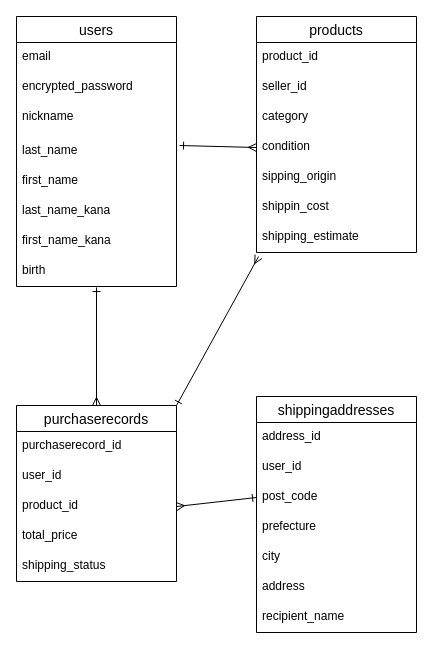
Before: furima.dio in u-maki/furima-41584, a draw.io diagram. Source tidied: cells renumbered, new cells numbered last; positions are measured from the earlier drawing's top-left corner, leaving out a move shared by most shapes. Both pictures are drawn from the tidied source at 100%, with x=0, y=0 at pixel (16, 16).
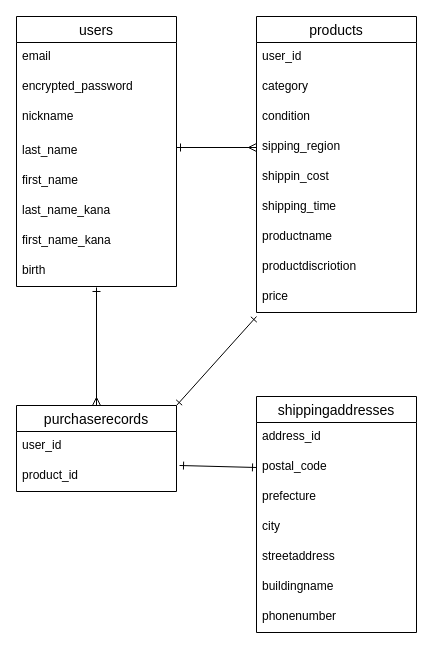
Above is the later version.

The change refers to these unchanged cells:
```xml
<mxCell id="6" value="last_name" style="text;strokeColor=none;fillColor=none;spacingLeft=4;spacingRight=4;overflow=hidden;points=[[0,0.5],[1,0.5]];portConstraint=eastwest;fontSize=12;" parent="2" vertex="1">
  <mxGeometry y="120" width="160" height="30" as="geometry" />
</mxCell>
<mxCell id="27" value="shippingaddresses" style="swimlane;fontStyle=0;horizontal=1;startSize=26;align=center;fontSize=14;" parent="1" vertex="1">
  <mxGeometry x="240" y="380" width="160" height="236" as="geometry" />
</mxCell>
```

Diff of the diagram source:
```diff
@@
     <mxCell id="11" value="products" style="swimlane;fontStyle=0;horizontal=1;startSize=26;align=center;fontSize=14;" parent="1" vertex="1">
-      <mxGeometry x="240" width="160" height="236" as="geometry" />
+      <mxGeometry x="240" width="160" height="296" as="geometry" />
     </mxCell>
-    <mxCell id="12" value="product_id" style="text;strokeColor=none;fillColor=none;spacingLeft=4;spacingRight=4;overflow=hidden;fontSize=12;" parent="11" vertex="1">
-      <mxGeometry y="26" width="160" height="30" as="geometry" />
-    </mxCell>
-    <mxCell id="13" value="seller_id" style="text;strokeColor=none;fillColor=none;spacingLeft=4;spacingRight=4;overflow=hidden;fontSize=12;" parent="11" vertex="1">
-      <mxGeometry y="56" width="160" height="30" as="geometry" />
+    <mxCell id="13" value="user_id" style="text;strokeColor=none;fillColor=none;spacingLeft=4;spacingRight=4;overflow=hidden;fontSize=12;" parent="11" vertex="1">
+      <mxGeometry y="26" width="160" height="30" as="geometry" />
     </mxCell>
     <mxCell id="14" value="category" style="text;strokeColor=none;fillColor=none;spacingLeft=4;spacingRight=4;overflow=hidden;fontSize=12;" parent="11" vertex="1">
-      <mxGeometry y="86" width="160" height="30" as="geometry" />
+      <mxGeometry y="56" width="160" height="30" as="geometry" />
     </mxCell>
     <mxCell id="15" value="condition" style="text;strokeColor=none;fillColor=none;spacingLeft=4;spacingRight=4;overflow=hidden;points=[[0,0.5],[1,0.5]];portConstraint=eastwest;fontSize=12;" parent="11" vertex="1">
-      <mxGeometry y="116" width="160" height="30" as="geometry" />
+      <mxGeometry y="86" width="160" height="30" as="geometry" />
     </mxCell>
-    <mxCell id="16" value="sipping_origin" style="text;strokeColor=none;fillColor=none;spacingLeft=4;spacingRight=4;overflow=hidden;points=[[0,0.5],[1,0.5]];portConstraint=eastwest;fontSize=12;" parent="11" vertex="1">
-      <mxGeometry y="146" width="160" height="30" as="geometry" />
+    <mxCell id="16" value="sipping_region" style="text;strokeColor=none;fillColor=none;spacingLeft=4;spacingRight=4;overflow=hidden;points=[[0,0.5],[1,0.5]];portConstraint=eastwest;fontSize=12;" parent="11" vertex="1">
+      <mxGeometry y="116" width="160" height="30" as="geometry" />
     </mxCell>
     <mxCell id="17" value="shippin_cost" style="text;strokeColor=none;fillColor=none;spacingLeft=4;spacingRight=4;overflow=hidden;fontSize=12;" parent="11" vertex="1">
-      <mxGeometry y="176" width="160" height="30" as="geometry" />
+      <mxGeometry y="146" width="160" height="30" as="geometry" />
     </mxCell>
-    <mxCell id="18" value="shipping_estimate" style="text;strokeColor=none;fillColor=none;spacingLeft=4;spacingRight=4;overflow=hidden;points=[[0,0.5],[1,0.5]];portConstraint=eastwest;fontSize=12;" parent="11" vertex="1">
-      <mxGeometry y="206" width="160" height="30" as="geometry" />
+    <mxCell id="18" value="shipping_time" style="text;strokeColor=none;fillColor=none;spacingLeft=4;spacingRight=4;overflow=hidden;points=[[0,0.5],[1,0.5]];portConstraint=eastwest;fontSize=12;" parent="11" vertex="1">
+      <mxGeometry y="176" width="160" height="30" as="geometry" />
     </mxCell>
+    <mxCell id="37" value="productname" style="text;strokeColor=none;fillColor=none;spacingLeft=4;spacingRight=4;overflow=hidden;fontSize=12;" parent="11" vertex="1">
+      <mxGeometry y="206" width="160" height="30" as="geometry" />
+    </mxCell>
+    <mxCell id="38" value="productdiscriotion" style="text;strokeColor=none;fillColor=none;spacingLeft=4;spacingRight=4;overflow=hidden;fontSize=12;" parent="11" vertex="1">
+      <mxGeometry y="236" width="160" height="30" as="geometry" />
+    </mxCell>
+    <mxCell id="39" value="price" style="text;strokeColor=none;fillColor=none;spacingLeft=4;spacingRight=4;overflow=hidden;fontSize=12;" parent="11" vertex="1">
+      <mxGeometry y="266" width="160" height="30" as="geometry" />
+    </mxCell>
@@
-    <mxCell id="20" style="edgeStyle=none;html=1;exitX=1;exitY=0;exitDx=0;exitDy=0;entryX=0.013;entryY=1.133;entryDx=0;entryDy=0;entryPerimeter=0;startArrow=ERone;startFill=0;endArrow=ERmany;endFill=0;" parent="1" edge="1" source="21" target="18">
-      <mxGeometry relative="1" as="geometry" />
+    <mxCell id="20" style="edgeStyle=none;html=1;exitX=1;exitY=0;exitDx=0;exitDy=0;startArrow=ERone;startFill=0;endArrow=ERone;endFill=0;" parent="1" edge="1" source="21">
+      <mxGeometry relative="1" as="geometry">
+        <mxPoint x="240" y="300" as="targetPoint" />
+      </mxGeometry>
     </mxCell>
     <mxCell id="21" value="purchaserecords" style="swimlane;fontStyle=0;horizontal=1;startSize=26;align=center;fontSize=14;" parent="1" vertex="1">
-      <mxGeometry y="389" width="160" height="176" as="geometry" />
+      <mxGeometry y="389" width="160" height="86" as="geometry" />
     </mxCell>
-    <mxCell id="22" value="purchaserecord_id" style="text;strokeColor=none;fillColor=none;spacingLeft=4;spacingRight=4;overflow=hidden;fontSize=12;" parent="21" vertex="1">
-      <mxGeometry y="26" width="160" height="30" as="geometry" />
-    </mxCell>
     <mxCell id="23" value="user_id" style="text;strokeColor=none;fillColor=none;spacingLeft=4;spacingRight=4;overflow=hidden;fontSize=12;" parent="21" vertex="1">
-      <mxGeometry y="56" width="160" height="30" as="geometry" />
+      <mxGeometry y="26" width="160" height="30" as="geometry" />
     </mxCell>
     <mxCell id="24" value="product_id" style="text;strokeColor=none;fillColor=none;spacingLeft=4;spacingRight=4;overflow=hidden;points=[[0,0.5],[1,0.5]];portConstraint=eastwest;fontSize=12;" parent="21" vertex="1">
-      <mxGeometry y="86" width="160" height="30" as="geometry" />
+      <mxGeometry y="56" width="160" height="30" as="geometry" />
     </mxCell>
-    <mxCell id="25" value="total_price" style="text;strokeColor=none;fillColor=none;spacingLeft=4;spacingRight=4;overflow=hidden;fontSize=12;" parent="21" vertex="1">
-      <mxGeometry y="116" width="160" height="30" as="geometry" />
-    </mxCell>
-    <mxCell id="26" value="shipping_status" style="text;strokeColor=none;fillColor=none;spacingLeft=4;spacingRight=4;overflow=hidden;fontSize=12;" parent="21" vertex="1">
-      <mxGeometry y="146" width="160" height="30" as="geometry" />
-    </mxCell>
@@
-    <mxCell id="29" value="user_id" style="text;strokeColor=none;fillColor=none;spacingLeft=4;spacingRight=4;overflow=hidden;fontSize=12;" parent="27" vertex="1">
-      <mxGeometry y="56" width="160" height="30" as="geometry" />
-    </mxCell>
-    <mxCell id="30" value="post_code" style="text;strokeColor=none;fillColor=none;spacingLeft=4;spacingRight=4;overflow=hidden;points=[[0,0.5],[1,0.5]];portConstraint=eastwest;fontSize=12;" parent="27" vertex="1">
-      <mxGeometry y="86" width="160" height="30" as="geometry" />
+    <mxCell id="30" value="postal_code" style="text;strokeColor=none;fillColor=none;spacingLeft=4;spacingRight=4;overflow=hidden;points=[[0,0.5],[1,0.5]];portConstraint=eastwest;fontSize=12;" parent="27" vertex="1">
+      <mxGeometry y="56" width="160" height="30" as="geometry" />
     </mxCell>
     <mxCell id="31" value="prefecture" style="text;strokeColor=none;fillColor=none;spacingLeft=4;spacingRight=4;overflow=hidden;fontSize=12;" parent="27" vertex="1">
-      <mxGeometry y="116" width="160" height="30" as="geometry" />
+      <mxGeometry y="86" width="160" height="30" as="geometry" />
     </mxCell>
     <mxCell id="32" value="city" style="text;strokeColor=none;fillColor=none;spacingLeft=4;spacingRight=4;overflow=hidden;fontSize=12;" parent="27" vertex="1">
-      <mxGeometry y="146" width="160" height="30" as="geometry" />
+      <mxGeometry y="116" width="160" height="30" as="geometry" />
     </mxCell>
-    <mxCell id="33" value="address" style="text;strokeColor=none;fillColor=none;spacingLeft=4;spacingRight=4;overflow=hidden;fontSize=12;" parent="27" vertex="1">
-      <mxGeometry y="176" width="160" height="30" as="geometry" />
+    <mxCell id="33" value="streetaddress" style="text;strokeColor=none;fillColor=none;spacingLeft=4;spacingRight=4;overflow=hidden;fontSize=12;" parent="27" vertex="1">
+      <mxGeometry y="146" width="160" height="30" as="geometry" />
     </mxCell>
-    <mxCell id="34" value="recipient_name" style="text;strokeColor=none;fillColor=none;spacingLeft=4;spacingRight=4;overflow=hidden;fontSize=12;" parent="27" vertex="1">
-      <mxGeometry y="206" width="160" height="30" as="geometry" />
-    </mxCell>
+    <mxCell id="40" value="buildingname" style="text;strokeColor=none;fillColor=none;spacingLeft=4;spacingRight=4;overflow=hidden;fontSize=12;" parent="27" vertex="1">
+      <mxGeometry y="176" width="160" height="30" as="geometry" />
+    </mxCell>
+    <mxCell id="41" value="phonenumber" style="text;strokeColor=none;fillColor=none;spacingLeft=4;spacingRight=4;overflow=hidden;fontSize=12;" parent="27" vertex="1">
+      <mxGeometry y="206" width="160" height="30" as="geometry" />
+    </mxCell>
-    <mxCell id="35" style="edgeStyle=none;html=1;exitX=1.019;exitY=0.3;exitDx=0;exitDy=0;entryX=0;entryY=0.5;entryDx=0;entryDy=0;startArrow=ERone;startFill=0;endArrow=ERmany;endFill=0;exitPerimeter=0;" parent="1" edge="1" source="6" target="15">
-      <mxGeometry relative="1" as="geometry" />
+    <mxCell id="35" style="edgeStyle=none;html=1;entryX=0;entryY=0.5;entryDx=0;entryDy=0;startArrow=ERone;startFill=0;endArrow=ERmany;endFill=0;" parent="1" edge="1" target="16">
+      <mxGeometry relative="1" as="geometry">
+        <mxPoint x="160" y="131" as="sourcePoint" />
+      </mxGeometry>
     </mxCell>
-    <mxCell id="36" style="edgeStyle=none;html=1;exitX=1;exitY=0.5;exitDx=0;exitDy=0;entryX=0;entryY=0.5;entryDx=0;entryDy=0;startArrow=ERmany;startFill=0;endArrow=ERone;endFill=0;" parent="1" edge="1" source="24" target="30">
+    <mxCell id="36" style="edgeStyle=none;html=1;exitX=1.019;exitY=0.133;exitDx=0;exitDy=0;entryX=0;entryY=0.5;entryDx=0;entryDy=0;startArrow=ERone;startFill=0;endArrow=ERone;endFill=0;exitPerimeter=0;" parent="1" edge="1" source="24" target="30">
       <mxGeometry relative="1" as="geometry" />
     </mxCell>
```
